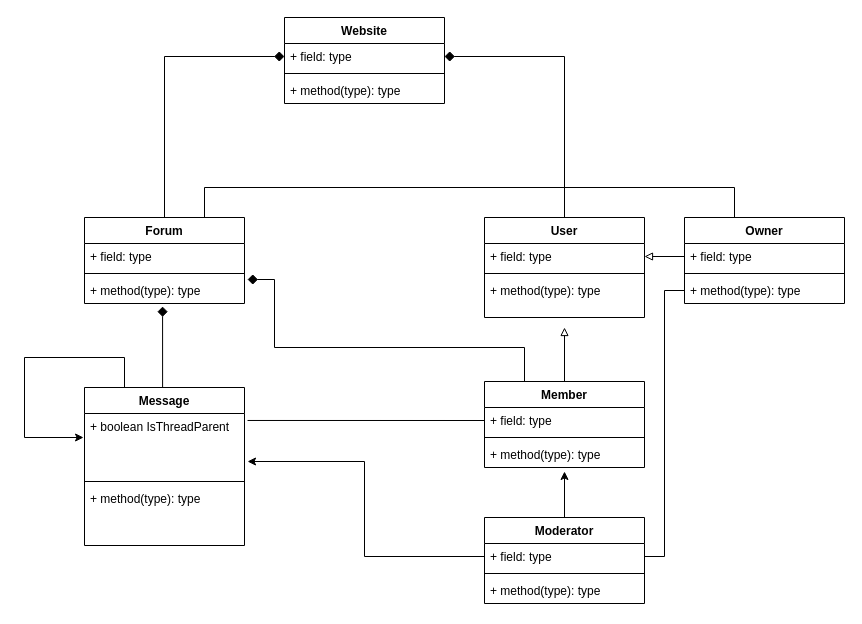
AlexSWoo/UML keeps this draw.io diagram as UML Forum Assignment.drawio. Above is the earlier version. Source tidied: cells renumbered, new cells numbered last; positions are measured from the earlier drawing's top-left corner, leaving out a move shared by most shapes. Both pictures are drawn from the tidied source at 100%, with x=0, y=0 at pixel (24, 17).
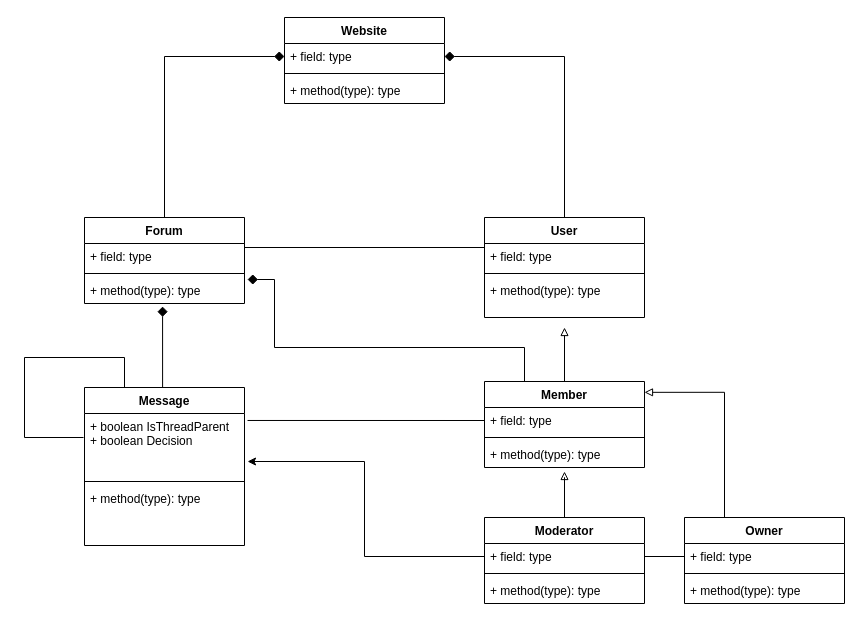
The same page after the edit.

Unchanged cells that the change refers to:
```xml
<mxCell id="7" value="User" style="swimlane;fontStyle=1;align=center;verticalAlign=top;horizontal=1;startSize=26;whiteSpace=wrap;html=1;" parent="1" vertex="1">
  <mxGeometry x="460" y="200" width="160" height="100" as="geometry" />
</mxCell>
<mxCell id="8" value="+ field: type" style="text;strokeColor=none;fillColor=none;align=left;verticalAlign=top;spacingLeft=4;spacingRight=4;overflow=hidden;points=[[0,0.5],[1,0.5]];portConstraint=eastwest;whiteSpace=wrap;html=1;" parent="7" vertex="1">
  <mxGeometry y="26" width="160" height="26" as="geometry" />
</mxCell>
<mxCell id="12" value="Member&lt;br&gt;" style="swimlane;fontStyle=1;align=center;verticalAlign=top;horizontal=1;startSize=26;whiteSpace=wrap;html=1;" parent="1" vertex="1">
  <mxGeometry x="460" y="364" width="160" height="86" as="geometry" />
</mxCell>
<mxCell id="15" value="+ method(type): type" style="text;strokeColor=none;fillColor=none;align=left;verticalAlign=top;spacingLeft=4;spacingRight=4;overflow=hidden;points=[[0,0.5],[1,0.5]];portConstraint=eastwest;whiteSpace=wrap;html=1;" parent="12" vertex="1">
  <mxGeometry y="60" width="160" height="26" as="geometry" />
</mxCell>
<mxCell id="18" value="+ field: type" style="text;strokeColor=none;fillColor=none;align=left;verticalAlign=top;spacingLeft=4;spacingRight=4;overflow=hidden;points=[[0,0.5],[1,0.5]];portConstraint=eastwest;whiteSpace=wrap;html=1;" parent="17" vertex="1">
  <mxGeometry y="26" width="160" height="26" as="geometry" />
</mxCell>
<mxCell id="20" value="+ method(type): type" style="text;strokeColor=none;fillColor=none;align=left;verticalAlign=top;spacingLeft=4;spacingRight=4;overflow=hidden;points=[[0,0.5],[1,0.5]];portConstraint=eastwest;whiteSpace=wrap;html=1;" parent="17" vertex="1">
  <mxGeometry y="60" width="160" height="26" as="geometry" />
</mxCell>
<mxCell id="21" value="Moderator" style="swimlane;fontStyle=1;align=center;verticalAlign=top;horizontal=1;startSize=26;whiteSpace=wrap;html=1;" parent="1" vertex="1">
  <mxGeometry x="460" y="500" width="160" height="86" as="geometry" />
</mxCell>
<mxCell id="22" value="+ field: type" style="text;strokeColor=none;fillColor=none;align=left;verticalAlign=top;spacingLeft=4;spacingRight=4;overflow=hidden;points=[[0,0.5],[1,0.5]];portConstraint=eastwest;whiteSpace=wrap;html=1;" parent="21" vertex="1">
  <mxGeometry y="26" width="160" height="26" as="geometry" />
</mxCell>
<mxCell id="26" value="Forum" style="swimlane;fontStyle=1;align=center;verticalAlign=top;horizontal=1;startSize=26;whiteSpace=wrap;html=1;" parent="1" vertex="1">
  <mxGeometry x="60" y="200" width="160" height="86" as="geometry" />
</mxCell>
<mxCell id="30" value="Message" style="swimlane;fontStyle=1;align=center;verticalAlign=top;horizontal=1;startSize=26;whiteSpace=wrap;html=1;" parent="1" vertex="1">
  <mxGeometry x="60" y="370" width="160" height="158" as="geometry" />
</mxCell>
```

What changed in the source:
```diff
@@
+    <mxCell id="42" style="edgeStyle=orthogonalEdgeStyle;rounded=0;jettySize=auto;html=1;exitX=0;exitY=0.25;exitDx=0;exitDy=0;entryX=1;entryY=0.25;entryDx=0;entryDy=0;endArrow=none;endFill=0;" parent="1" edge="1" source="7" target="26">
+      <mxGeometry relative="1" as="geometry">
+        <Array as="points">
+          <mxPoint x="460" y="230" />
+          <mxPoint x="220" y="230" />
+        </Array>
+      </mxGeometry>
+    </mxCell>
@@
-    <mxCell id="16" style="edgeStyle=orthogonalEdgeStyle;rounded=0;jettySize=auto;html=1;exitX=0.25;exitY=0;exitDx=0;exitDy=0;entryX=0.75;entryY=0;entryDx=0;entryDy=0;endArrow=none;endFill=0;" parent="1" edge="1" source="17" target="26">
-      <mxGeometry relative="1" as="geometry">
-        <Array as="points">
-          <mxPoint x="710" y="170" />
-          <mxPoint x="180" y="170" />
-        </Array>
-      </mxGeometry>
-    </mxCell>
     <mxCell id="17" value="Owner" style="swimlane;fontStyle=1;align=center;verticalAlign=top;horizontal=1;startSize=26;whiteSpace=wrap;html=1;" parent="1" vertex="1">
-      <mxGeometry x="660" y="200" width="160" height="86" as="geometry" />
+      <mxGeometry x="660" y="500" width="160" height="86" as="geometry" />
     </mxCell>
@@
-    <mxCell id="31" value="+ boolean IsThreadParent" style="text;strokeColor=none;fillColor=none;align=left;verticalAlign=top;spacingLeft=4;spacingRight=4;overflow=hidden;points=[[0,0.5],[1,0.5]];portConstraint=eastwest;whiteSpace=wrap;html=1;" parent="30" vertex="1">
+    <mxCell id="31" value="+ boolean IsThreadParent&lt;br&gt;+ boolean Decision" style="text;strokeColor=none;fillColor=none;align=left;verticalAlign=top;spacingLeft=4;spacingRight=4;overflow=hidden;points=[[0,0.5],[1,0.5]];portConstraint=eastwest;whiteSpace=wrap;html=1;" parent="30" vertex="1">
       <mxGeometry y="26" width="160" height="64" as="geometry" />
     </mxCell>
@@
-    <mxCell id="34" style="edgeStyle=orthogonalEdgeStyle;rounded=0;jettySize=auto;html=1;exitX=0.25;exitY=0;exitDx=0;exitDy=0;entryX=-0.006;entryY=0.375;entryDx=0;entryDy=0;entryPerimeter=0;" parent="30" edge="1" source="30" target="31">
+    <mxCell id="34" style="edgeStyle=orthogonalEdgeStyle;rounded=0;jettySize=auto;html=1;exitX=0.25;exitY=0;exitDx=0;exitDy=0;entryX=-0.006;entryY=0.375;entryDx=0;entryDy=0;entryPerimeter=0;endArrow=none;endFill=0;" parent="30" edge="1" source="30" target="31">
       <mxGeometry relative="1" as="geometry">
         <Array as="points">
           <mxPoint x="40" y="-30" />
           <mxPoint x="-60" y="-30" />
           <mxPoint x="-60" y="50" />
         </Array>
       </mxGeometry>
     </mxCell>
@@
-    <mxCell id="36" style="edgeStyle=orthogonalEdgeStyle;rounded=0;jettySize=auto;html=1;exitX=0.5;exitY=0;exitDx=0;exitDy=0;entryX=0.5;entryY=1.154;entryDx=0;entryDy=0;entryPerimeter=0;" parent="1" edge="1" source="21" target="15">
+    <mxCell id="36" style="edgeStyle=orthogonalEdgeStyle;rounded=0;jettySize=auto;html=1;exitX=0.5;exitY=0;exitDx=0;exitDy=0;entryX=0.5;entryY=1.154;entryDx=0;entryDy=0;entryPerimeter=0;endArrow=block;endFill=0;" parent="1" edge="1" source="21" target="15">
       <mxGeometry relative="1" as="geometry">
         <Array as="points">
           <mxPoint x="540" y="460" />
           <mxPoint x="540" y="460" />
         </Array>
       </mxGeometry>
     </mxCell>
-    <mxCell id="37" style="edgeStyle=orthogonalEdgeStyle;rounded=0;jettySize=auto;html=1;exitX=0;exitY=0.5;exitDx=0;exitDy=0;entryX=1;entryY=0.5;entryDx=0;entryDy=0;endArrow=none;endFill=0;" parent="1" edge="1" source="20" target="22">
-      <mxGeometry relative="1" as="geometry" />
-    </mxCell>
@@
-    <mxCell id="39" style="edgeStyle=orthogonalEdgeStyle;rounded=0;jettySize=auto;html=1;exitX=0;exitY=0.5;exitDx=0;exitDy=0;entryX=1;entryY=0.5;entryDx=0;entryDy=0;endArrow=block;endFill=0;" parent="1" edge="1" source="18" target="8">
-      <mxGeometry relative="1" as="geometry" />
-    </mxCell>
@@
+    <mxCell id="43" style="edgeStyle=orthogonalEdgeStyle;rounded=0;jettySize=auto;html=1;exitX=0;exitY=0.5;exitDx=0;exitDy=0;entryX=1;entryY=0.5;entryDx=0;entryDy=0;endArrow=none;endFill=0;" parent="1" edge="1" source="18" target="22">
+      <mxGeometry relative="1" as="geometry" />
+    </mxCell>
+    <mxCell id="44" style="edgeStyle=orthogonalEdgeStyle;rounded=0;jettySize=auto;html=1;exitX=0.25;exitY=0;exitDx=0;exitDy=0;entryX=1;entryY=0.126;entryDx=0;entryDy=0;entryPerimeter=0;endArrow=block;endFill=0;" parent="1" edge="1" source="17" target="12">
+      <mxGeometry relative="1" as="geometry" />
+    </mxCell>
```
